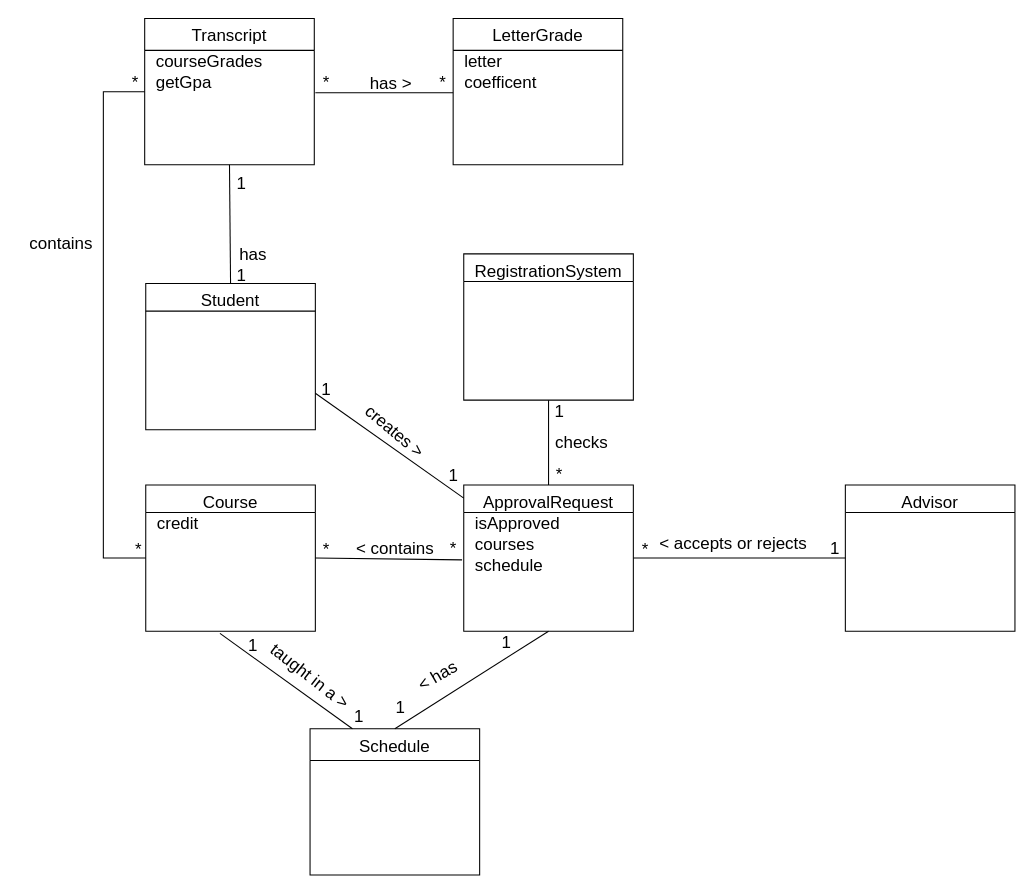
This is iteration1/analysis/domain_class_diagram.drawio from cemanaral/CSE3063F21P1_GRP4, a draw.io file, before an edit. Source tidied: cells renumbered, new cells numbered last; positions are measured from the earlier drawing's top-left corner, leaving out a move shared by most shapes. Both pictures are drawn from the tidied source at 106%, with x=0, y=0 at pixel (18, 18).
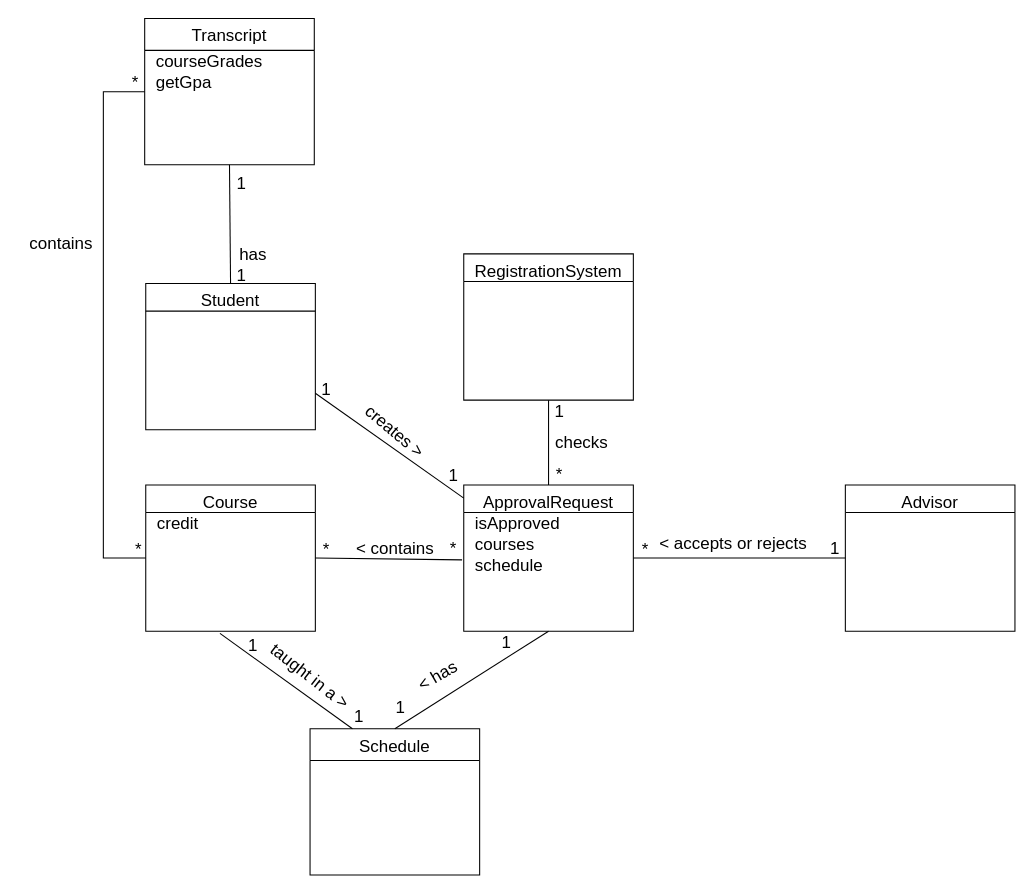
The same diagram, later.

Diff of the diagram source:
```diff
@@
-    <mxCell id="47" value="LetterGrade" style="swimlane;fontStyle=0;align=center;verticalAlign=top;horizontal=1;startSize=30;rounded=0;shadow=0;strokeWidth=1;fontSize=16;labelBackgroundColor=none;" parent="1" vertex="1">
-      <mxGeometry x="410" width="160" height="138" as="geometry" />
-    </mxCell>
-    <mxCell id="48" value="&amp;nbsp; letter" style="text;html=1;align=left;verticalAlign=middle;strokeColor=none;fillColor=none;fontSize=16;labelBackgroundColor=none;" parent="47" vertex="1">
-      <mxGeometry y="30" width="160" height="20" as="geometry" />
-    </mxCell>
-    <mxCell id="49" value="&amp;nbsp; coefficent" style="text;html=1;align=left;verticalAlign=middle;strokeColor=none;fillColor=none;fontSize=16;labelBackgroundColor=none;" parent="47" vertex="1">
-      <mxGeometry y="50" width="160" height="20" as="geometry" />
-    </mxCell>
-    <mxCell id="50" style="endArrow=none;html=1;rounded=0;fontSize=16;labelBackgroundColor=none;" parent="1" edge="1">
-      <mxGeometry relative="1" as="geometry">
-        <mxPoint x="280" y="70" as="sourcePoint" />
-        <mxPoint x="410" y="70" as="targetPoint" />
-      </mxGeometry>
-    </mxCell>
-    <mxCell id="51" value="has &amp;gt;" style="edgeLabel;html=1;align=center;verticalAlign=middle;fontSize=16;labelBackgroundColor=none;" parent="50" vertex="1">
-      <mxGeometry x="-0.47" y="1" relative="1" as="geometry">
-        <mxPoint x="36" y="-9" as="offset" />
-      </mxGeometry>
-    </mxCell>
-    <mxCell id="52" value="*" style="text;html=1;align=center;verticalAlign=middle;strokeColor=none;fillColor=none;fontSize=16;labelBackgroundColor=none;" parent="1" vertex="1">
-      <mxGeometry x="390" y="50" width="20" height="20" as="geometry" />
-    </mxCell>
-    <mxCell id="53" value="*" style="text;html=1;align=center;verticalAlign=middle;strokeColor=none;fillColor=none;fontSize=16;labelBackgroundColor=none;" parent="1" vertex="1">
-      <mxGeometry x="280" y="50" width="20" height="20" as="geometry" />
-    </mxCell>
```
